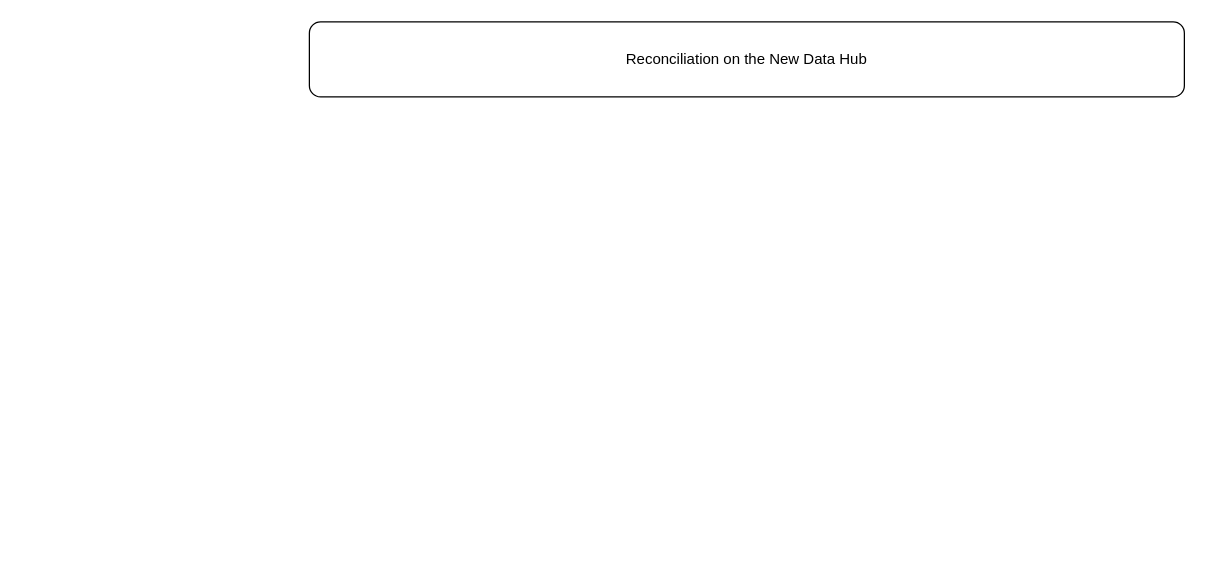
joaorafaelr/Reconc-Project keeps this draw.io diagram as Untitled Diagram.drawio. Above is the earlier version. Source tidied: cells renumbered, new cells numbered last; positions are measured from the earlier drawing's top-left corner, leaving out a move shared by most shapes. Both pictures are drawn from the tidied source at 125%, with x=0, y=0 at pixel (309, 21).
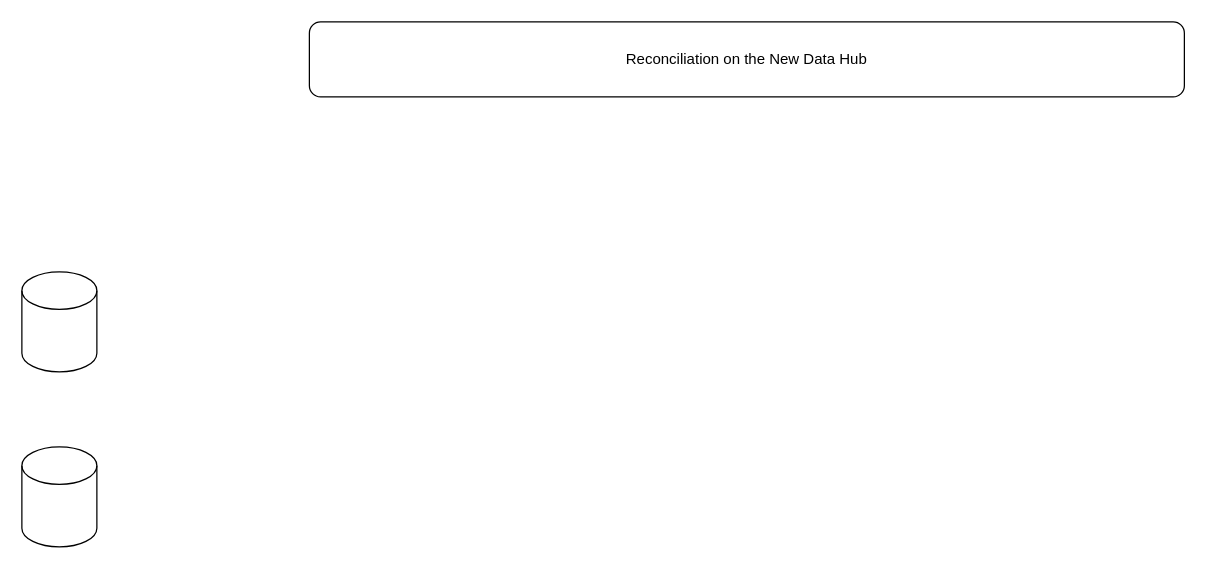
Above is the later version.

Diff of the diagram source:
```diff
@@
 <mxGraphModel>
   <root>
     <mxCell id="0" />
     <mxCell id="1" parent="0" />
     <mxCell id="2" value="Reconciliation on the New Data Hub" style="rounded=1;whiteSpace=wrap;html=1;" parent="1" vertex="1">
       <mxGeometry width="700" height="60" as="geometry" />
     </mxCell>
+    <mxCell id="3" style="shape=cylinder3;whiteSpace=wrap;html=1;boundedLbl=1;backgroundOutline=1;size=15;" parent="1" vertex="1">
+      <mxGeometry x="-230" y="200" width="60" height="80" as="geometry" />
+    </mxCell>
+    <mxCell id="4" style="shape=cylinder3;whiteSpace=wrap;html=1;boundedLbl=1;backgroundOutline=1;size=15;" parent="1" vertex="1">
+      <mxGeometry x="-230" y="340" width="60" height="80" as="geometry" />
+    </mxCell>
   </root>
 </mxGraphModel>
```
